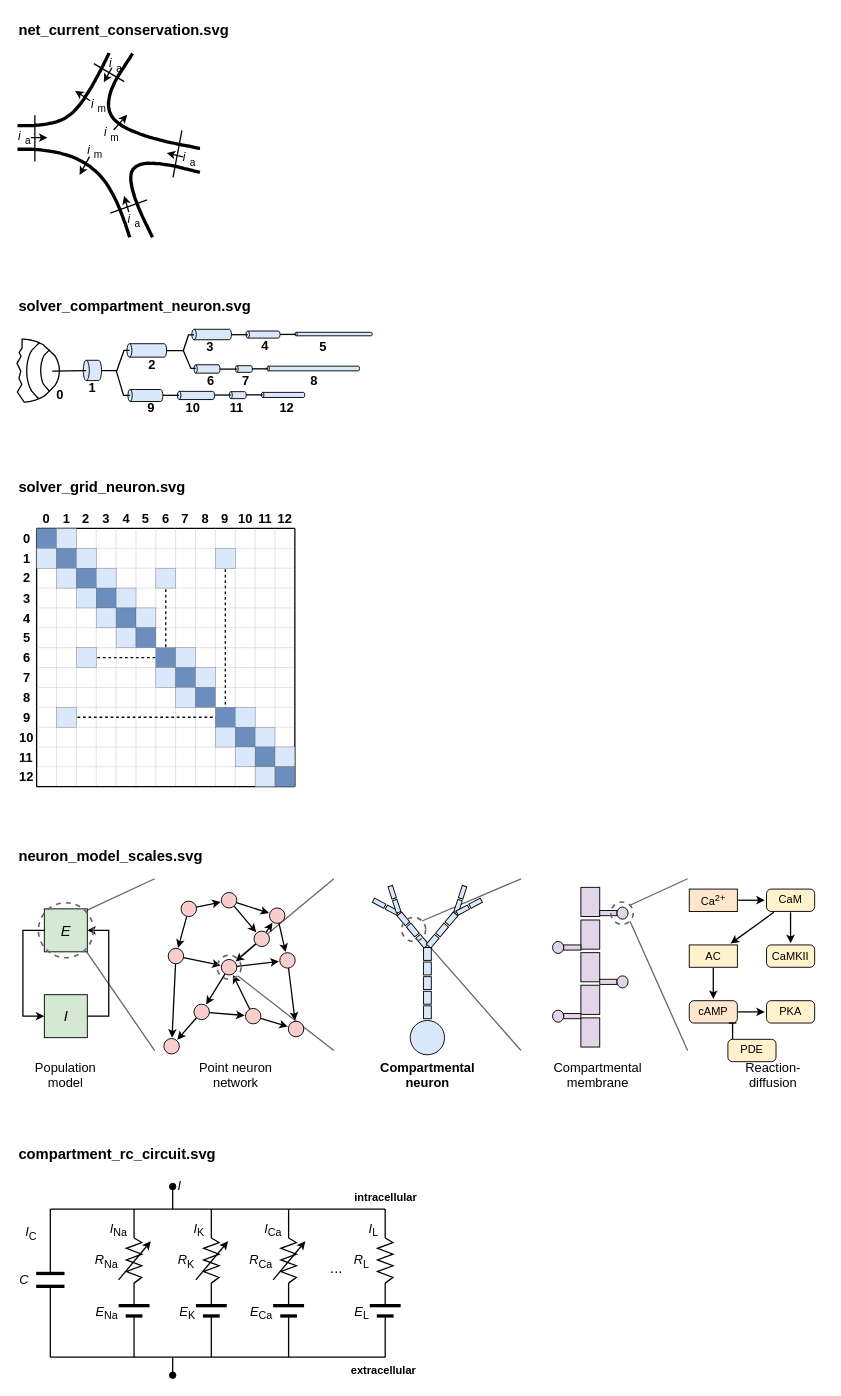
brunomaga/brunomaga.github.io keeps this draw.io diagram as assets/neuron-electrical-activity/neuron-electrical-activity.drawio. Above is the earlier version. Source tidied: cells renumbered, new cells numbered last; positions are measured from the earlier drawing's top-left corner, leaving out a move shared by most shapes. Both pictures are drawn from the tidied source at 92%, with x=0, y=0 at pixel (16, 16).
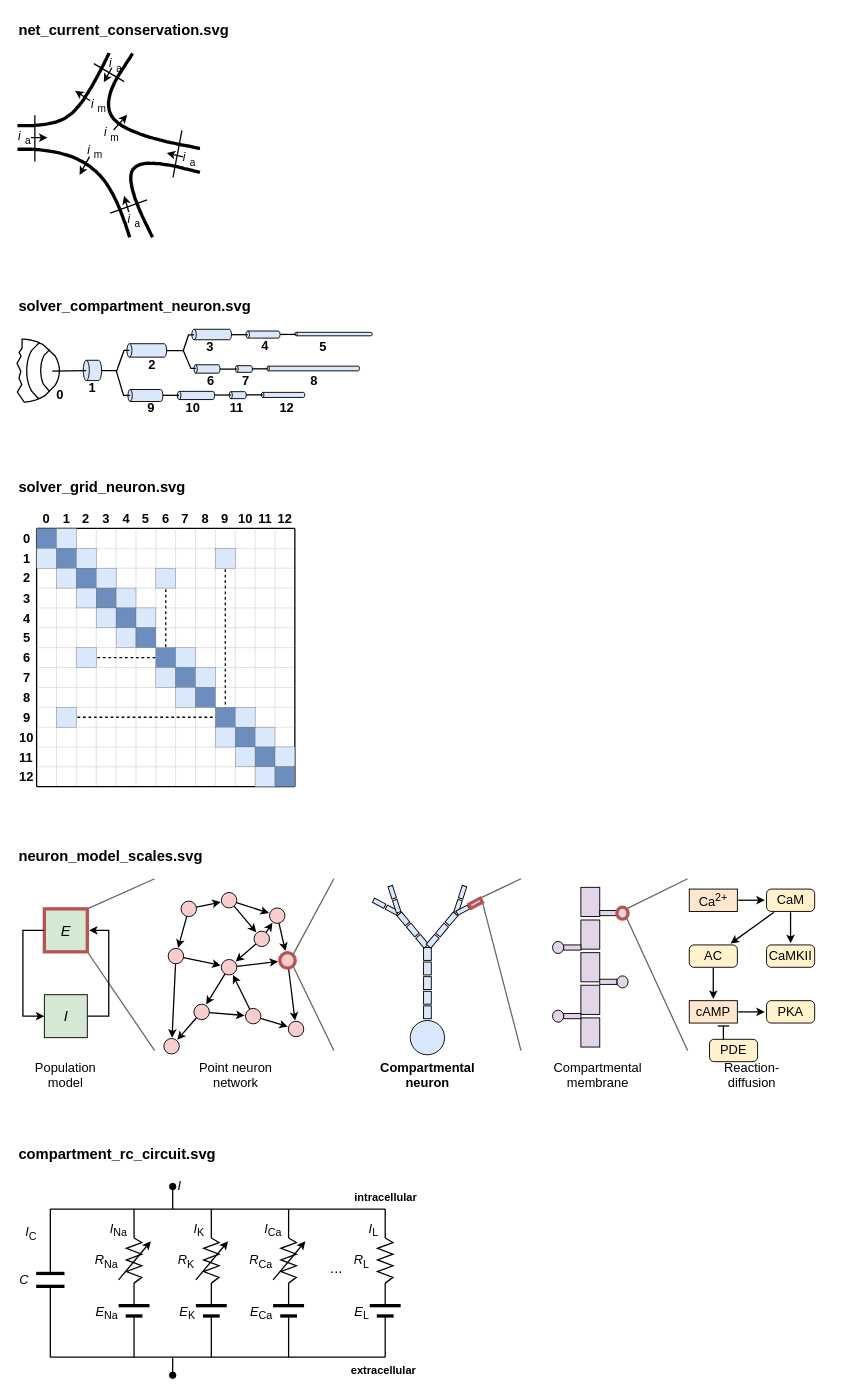
After the change.

Commit message (it also covers changes not shown here):
Pictures: neuron_model_scales: red emphasis instead of dashed circles, zoom lines from the marked parts, flat bar for PDE, 14 px labels, corners by role, centred label

Claude-Session: https://claude.ai/code/session_018fEqNS7ci3QNrYJs24V3E6

The change refers to these unchanged cells:
```xml
<mxCell id="166" style="group;fontFamily=Source Sans 3;" parent="1" vertex="1">
  <mxGeometry x="1" y="937.7" width="878" height="224.1" as="geometry" />
</mxCell>
```

The edit, as a diff of the source:
```diff
@@
     <mxCell id="167" style="endArrow=none;endFill=1;endSize=6;startArrow=none;html=1;rounded=0;strokeColor=#666666;strokeWidth=1.4;fontFamily=Source Sans 3;" parent="166" edge="1">
       <mxGeometry relative="1" as="geometry">
-        <mxPoint x="74" y="35.1" as="sourcePoint" />
+        <mxPoint x="76.4" y="32.7" as="sourcePoint" />
         <mxPoint x="149.6" as="targetPoint" />
       </mxGeometry>
     </mxCell>
     <mxCell id="168" style="endArrow=none;endFill=1;endSize=6;startArrow=none;html=1;rounded=0;strokeColor=#666666;strokeWidth=1.4;fontFamily=Source Sans 3;" parent="166" edge="1">
       <mxGeometry relative="1" as="geometry">
-        <mxPoint x="74" y="76.9" as="sourcePoint" />
+        <mxPoint x="76.4" y="79.3" as="sourcePoint" />
         <mxPoint x="149.6" y="186.7" as="targetPoint" />
       </mxGeometry>
     </mxCell>
     <mxCell id="169" style="endArrow=none;endFill=1;endSize=6;startArrow=none;html=1;rounded=0;strokeColor=#666666;strokeWidth=1.4;fontFamily=Source Sans 3;" parent="166" edge="1">
       <mxGeometry relative="1" as="geometry">
-        <mxPoint x="239.7" y="87" as="sourcePoint" />
+        <mxPoint x="299.9" y="82.7" as="sourcePoint" />
         <mxPoint x="344.4" as="targetPoint" />
       </mxGeometry>
     </mxCell>
     <mxCell id="170" style="endArrow=none;endFill=1;endSize=6;startArrow=none;html=1;rounded=0;strokeColor=#666666;strokeWidth=1.4;fontFamily=Source Sans 3;" parent="166" edge="1">
       <mxGeometry relative="1" as="geometry">
-        <mxPoint x="239.7" y="105.3" as="sourcePoint" />
+        <mxPoint x="299.9" y="94.6" as="sourcePoint" />
         <mxPoint x="344.4" y="186.7" as="targetPoint" />
       </mxGeometry>
     </mxCell>
     <mxCell id="171" style="endArrow=none;endFill=1;endSize=6;startArrow=none;html=1;rounded=0;strokeColor=#666666;strokeWidth=1.4;fontFamily=Source Sans 3;" parent="166" edge="1">
       <mxGeometry relative="1" as="geometry">
-        <mxPoint x="440.3" y="45.9" as="sourcePoint" />
+        <mxPoint x="503.5" y="21" as="sourcePoint" />
         <mxPoint x="547.8" as="targetPoint" />
       </mxGeometry>
     </mxCell>
     <mxCell id="172" style="endArrow=none;endFill=1;endSize=6;startArrow=none;html=1;rounded=0;strokeColor=#666666;strokeWidth=1.4;fontFamily=Source Sans 3;" parent="166" edge="1">
       <mxGeometry relative="1" as="geometry">
-        <mxPoint x="440.3" y="64.2" as="sourcePoint" />
+        <mxPoint x="505.9" y="25.6" as="sourcePoint" />
         <mxPoint x="547.8" y="186.7" as="targetPoint" />
       </mxGeometry>
     </mxCell>
     <mxCell id="173" style="endArrow=none;endFill=1;endSize=6;startArrow=none;html=1;rounded=0;strokeColor=#666666;strokeWidth=1.4;fontFamily=Source Sans 3;" parent="166" edge="1">
       <mxGeometry relative="1" as="geometry">
-        <mxPoint x="666.2" y="28.8" as="sourcePoint" />
+        <mxPoint x="662.4" y="32.7" as="sourcePoint" />
         <mxPoint x="728.9" as="targetPoint" />
       </mxGeometry>
     </mxCell>
     <mxCell id="174" style="endArrow=none;endFill=1;endSize=6;startArrow=none;html=1;rounded=0;strokeColor=#666666;strokeWidth=1.4;fontFamily=Source Sans 3;" parent="166" edge="1">
       <mxGeometry relative="1" as="geometry">
-        <mxPoint x="666.2" y="45.8" as="sourcePoint" />
+        <mxPoint x="662.4" y="42" as="sourcePoint" />
         <mxPoint x="728.9" y="186.7" as="targetPoint" />
       </mxGeometry>
     </mxCell>
-    <mxCell id="175" value="&lt;i&gt;E&lt;/i&gt;" style="rounded=0;whiteSpace=wrap;html=1;fillColor=#d5e8d4;strokeColor=#000000;strokeWidth=1.0;fontFamily=NewComputerModernSansMath;fontSize=16;fontStyle=0;fontColor=#000000;" parent="166" vertex="1">
+    <mxCell id="175" value="&lt;i&gt;E&lt;/i&gt;" style="rounded=0;whiteSpace=wrap;html=1;fillColor=#d5e8d4;strokeColor=#b85450;strokeWidth=3.6;fontFamily=NewComputerModernSansMath;fontSize=16;fontStyle=0;fontColor=#000000;" parent="166" vertex="1">
       <mxGeometry x="29.7" y="32.7" width="46.7" height="46.7" as="geometry" />
     </mxCell>
@@
     <mxCell id="178" style="endArrow=classic;endFill=1;endSize=5;startArrow=none;html=1;rounded=0;strokeColor=#000000;strokeWidth=1.4;fontFamily=Source Sans 3;" parent="166" edge="1">
       <mxGeometry relative="1" as="geometry">
         <mxPoint x="76.4" y="149.3" as="sourcePoint" />
-        <mxPoint x="76.4" y="56" as="targetPoint" />
+        <mxPoint x="78.3" y="56" as="targetPoint" />
         <Array as="points">
           <mxPoint x="99.7" y="149.3" />
           <mxPoint x="99.7" y="56" />
         </Array>
       </mxGeometry>
     </mxCell>
@@
     <mxCell id="183" style="endArrow=classic;endFill=1;endSize=5;startArrow=none;html=1;rounded=0;strokeColor=#000000;strokeWidth=1.4;fontFamily=Source Sans 3;" parent="166" edge="1">
       <mxGeometry relative="1" as="geometry">
         <mxPoint x="238.9" y="95.2" as="sourcePoint" />
-        <mxPoint x="284.7" y="89.8" as="targetPoint" />
+        <mxPoint x="283.8" y="89.9" as="targetPoint" />
       </mxGeometry>
     </mxCell>
@@
     <mxCell id="186" style="endArrow=classic;endFill=1;endSize=5;startArrow=none;html=1;rounded=0;strokeColor=#000000;strokeWidth=1.4;fontFamily=Source Sans 3;" parent="166" edge="1">
       <mxGeometry relative="1" as="geometry">
         <mxPoint x="284.7" y="48.3" as="sourcePoint" />
-        <mxPoint x="291.9" y="79.6" as="targetPoint" />
+        <mxPoint x="291.7" y="78.6" as="targetPoint" />
       </mxGeometry>
     </mxCell>
@@
-    <mxCell id="200" style="ellipse;whiteSpace=wrap;html=1;fillColor=#f8cecc;strokeColor=#000000;strokeWidth=1.0;fontFamily=Source Sans 3;" parent="166" vertex="1">
+    <mxCell id="200" style="ellipse;whiteSpace=wrap;html=1;fillColor=#f8cecc;strokeColor=#b85450;strokeWidth=3.6;fontFamily=Source Sans 3;" parent="166" vertex="1">
       <mxGeometry x="285.6" y="80.3" width="16.8" height="16.8" as="geometry" />
     </mxCell>
@@
-    <mxCell id="224" style="rounded=0;whiteSpace=wrap;html=1;fillColor=#dae8fc;strokeColor=#000000;strokeWidth=1.0;fontFamily=Source Sans 3;fontSize=14;fontStyle=0;rotation=-28.00;fontColor=#000000;" parent="166" vertex="1">
+    <mxCell id="224" style="rounded=0;whiteSpace=wrap;html=1;fillColor=#dae8fc;strokeColor=#b85450;strokeWidth=3.6;fontFamily=Source Sans 3;fontSize=14;fontStyle=0;rotation=-28.00;fontColor=#000000;" parent="166" vertex="1">
       <mxGeometry x="491.5" y="24" width="14" height="5.1" as="geometry" />
     </mxCell>
@@
-    <mxCell id="232" style="ellipse;whiteSpace=wrap;html=1;fillColor=#e1d5e7;strokeColor=#000000;strokeWidth=1.0;fontFamily=Source Sans 3;" parent="166" vertex="1">
+    <mxCell id="232" style="ellipse;whiteSpace=wrap;html=1;fillColor=#e1d5e7;strokeColor=#b85450;strokeWidth=3.6;fontFamily=Source Sans 3;" parent="166" vertex="1">
       <mxGeometry x="652.1" y="30.8" width="12.1" height="13.1" as="geometry" />
     </mxCell>
@@
-    <mxCell id="239" value="Ca&lt;sup&gt;2+&lt;/sup&gt;" style="rounded=0;whiteSpace=wrap;html=1;fillColor=#ffe6cc;strokeColor=#000000;strokeWidth=1.0;fontFamily=NewComputerModernSansMath;fontSize=12;fontStyle=0;fontColor=#000000;" parent="166" vertex="1">
+    <mxCell id="239" value="Ca&lt;sup&gt;2+&lt;/sup&gt;" style="rounded=0;whiteSpace=wrap;html=1;fillColor=#ffe6cc;strokeColor=#000000;strokeWidth=1.0;fontFamily=NewComputerModernSansMath;fontSize=14;fontStyle=0;fontColor=#000000;" parent="166" vertex="1">
       <mxGeometry x="730.7" y="11.2" width="52.3" height="24.3" as="geometry" />
     </mxCell>
-    <mxCell id="240" value="CaM" style="rounded=1;whiteSpace=wrap;html=1;fillColor=#fff2cc;strokeColor=#000000;strokeWidth=1.0;fontFamily=Source Sans 3;fontSize=12;fontStyle=0;fontColor=#000000;absoluteArcSize=1;arcSize=10;" parent="166" vertex="1">
+    <mxCell id="240" value="CaM" style="rounded=1;whiteSpace=wrap;html=1;fillColor=#fff2cc;strokeColor=#000000;strokeWidth=1.0;fontFamily=Source Sans 3;fontSize=14;fontStyle=0;fontColor=#000000;absoluteArcSize=1;arcSize=10;" parent="166" vertex="1">
       <mxGeometry x="814.7" y="11.2" width="52.3" height="24.3" as="geometry" />
     </mxCell>
-    <mxCell id="241" value="AC" style="rounded=0;whiteSpace=wrap;html=1;fillColor=#fff2cc;strokeColor=#000000;strokeWidth=1.0;fontFamily=Source Sans 3;fontSize=12;fontStyle=0;fontColor=#000000;" parent="166" vertex="1">
+    <mxCell id="241" value="AC" style="rounded=1;whiteSpace=wrap;html=1;fillColor=#fff2cc;strokeColor=#000000;strokeWidth=1.0;fontFamily=Source Sans 3;fontSize=14;fontStyle=0;fontColor=#000000;absoluteArcSize=1;arcSize=10;" parent="166" vertex="1">
       <mxGeometry x="730.7" y="71.9" width="52.3" height="24.3" as="geometry" />
     </mxCell>
-    <mxCell id="242" value="CaMKII" style="rounded=1;whiteSpace=wrap;html=1;fillColor=#fff2cc;strokeColor=#000000;strokeWidth=1.0;fontFamily=Source Sans 3;fontSize=12;fontStyle=0;fontColor=#000000;absoluteArcSize=1;arcSize=10;" parent="166" vertex="1">
+    <mxCell id="242" value="CaMKII" style="rounded=1;whiteSpace=wrap;html=1;fillColor=#fff2cc;strokeColor=#000000;strokeWidth=1.0;fontFamily=Source Sans 3;fontSize=14;fontStyle=0;fontColor=#000000;absoluteArcSize=1;arcSize=10;" parent="166" vertex="1">
       <mxGeometry x="814.7" y="71.9" width="52.3" height="24.3" as="geometry" />
     </mxCell>
-    <mxCell id="243" value="cAMP" style="rounded=1;whiteSpace=wrap;html=1;fillColor=#ffe6cc;strokeColor=#000000;strokeWidth=1.0;fontFamily=Source Sans 3;fontSize=12;fontStyle=0;fontColor=#000000;absoluteArcSize=1;arcSize=10;" parent="166" vertex="1">
+    <mxCell id="243" value="cAMP" style="rounded=0;whiteSpace=wrap;html=1;fillColor=#ffe6cc;strokeColor=#000000;strokeWidth=1.0;fontFamily=Source Sans 3;fontSize=14;fontStyle=0;fontColor=#000000;" parent="166" vertex="1">
       <mxGeometry x="730.7" y="132.5" width="52.3" height="24.3" as="geometry" />
     </mxCell>
-    <mxCell id="244" value="PKA" style="rounded=1;whiteSpace=wrap;html=1;fillColor=#fff2cc;strokeColor=#000000;strokeWidth=1.0;fontFamily=Source Sans 3;fontSize=12;fontStyle=0;fontColor=#000000;absoluteArcSize=1;arcSize=10;" parent="166" vertex="1">
+    <mxCell id="244" value="PKA" style="rounded=1;whiteSpace=wrap;html=1;fillColor=#fff2cc;strokeColor=#000000;strokeWidth=1.0;fontFamily=Source Sans 3;fontSize=14;fontStyle=0;fontColor=#000000;absoluteArcSize=1;arcSize=10;" parent="166" vertex="1">
       <mxGeometry x="814.7" y="132.5" width="52.3" height="24.3" as="geometry" />
     </mxCell>
-    <mxCell id="245" value="PDE" style="rounded=1;whiteSpace=wrap;html=1;fillColor=#fff2cc;strokeColor=#000000;strokeWidth=1.0;fontFamily=Source Sans 3;fontSize=12;fontStyle=0;fontColor=#000000;absoluteArcSize=1;arcSize=10;" parent="166" vertex="1">
-      <mxGeometry x="772.7" y="174.5" width="52.3" height="24.3" as="geometry" />
+    <mxCell id="245" value="PDE" style="rounded=1;whiteSpace=wrap;html=1;fillColor=#fff2cc;strokeColor=#000000;strokeWidth=1.0;fontFamily=Source Sans 3;fontSize=14;fontStyle=0;fontColor=#000000;absoluteArcSize=1;arcSize=10;" parent="166" vertex="1">
+      <mxGeometry x="752.7" y="174.5" width="52.3" height="24.3" as="geometry" />
     </mxCell>
@@
-    <mxCell id="251" style="endArrow=baseDash;endFill=0;endSize=6;startArrow=none;html=1;rounded=0;strokeColor=#000000;strokeWidth=1.4;fontFamily=Source Sans 3;" parent="166" edge="1">
+    <mxCell id="251" style="endArrow=baseDash;endFill=0;endSize=10;startArrow=none;html=1;rounded=0;strokeColor=#000000;strokeWidth=1.4;fontFamily=Source Sans 3;" parent="166" edge="1">
       <mxGeometry relative="1" as="geometry">
-        <mxPoint x="777.8" y="174.5" as="sourcePoint" />
-        <mxPoint x="777.8" y="156.8" as="targetPoint" />
+        <mxPoint x="767.8" y="174.5" as="sourcePoint" />
+        <mxPoint x="767.8" y="160" as="targetPoint" />
       </mxGeometry>
     </mxCell>
-    <mxCell id="252" style="ellipse;whiteSpace=wrap;html=1;fillColor=none;strokeColor=#666666;strokeWidth=1.8;dashed=1;fontFamily=Source Sans 3;" parent="166" vertex="1">
-      <mxGeometry x="23.2" y="26.1" width="59.7" height="59.7" as="geometry" />
-    </mxCell>
-    <mxCell id="253" style="ellipse;whiteSpace=wrap;html=1;fillColor=none;strokeColor=#666666;strokeWidth=1.8;dashed=1;fontFamily=Source Sans 3;" parent="166" vertex="1">
-      <mxGeometry x="217.5" y="83.1" width="26.1" height="26.1" as="geometry" />
-    </mxCell>
-    <mxCell id="254" style="ellipse;whiteSpace=wrap;html=1;fillColor=none;strokeColor=#666666;strokeWidth=1.8;dashed=1;fontFamily=Source Sans 3;" parent="166" vertex="1">
-      <mxGeometry x="418.1" y="42" width="26.1" height="26.1" as="geometry" />
-    </mxCell>
-    <mxCell id="255" style="ellipse;whiteSpace=wrap;html=1;fillColor=none;strokeColor=#666666;strokeWidth=1.8;dashed=1;fontFamily=Source Sans 3;" parent="166" vertex="1">
-      <mxGeometry x="645.5" y="25.2" width="24.3" height="24.3" as="geometry" />
-    </mxCell>
@@
     <mxCell id="260" value="Reaction-diffusion" style="text;html=1;whiteSpace=wrap;align=center;verticalAlign=middle;fontFamily=Source Sans 3;fontSize=14;fontStyle=0;fontColor=#000000;" parent="166" vertex="1">
-      <mxGeometry x="766.3" y="203.3" width="111.7" height="20.8" as="geometry" />
+      <mxGeometry x="742.9" y="203.3" width="111.7" height="20.8" as="geometry" />
     </mxCell>
```
